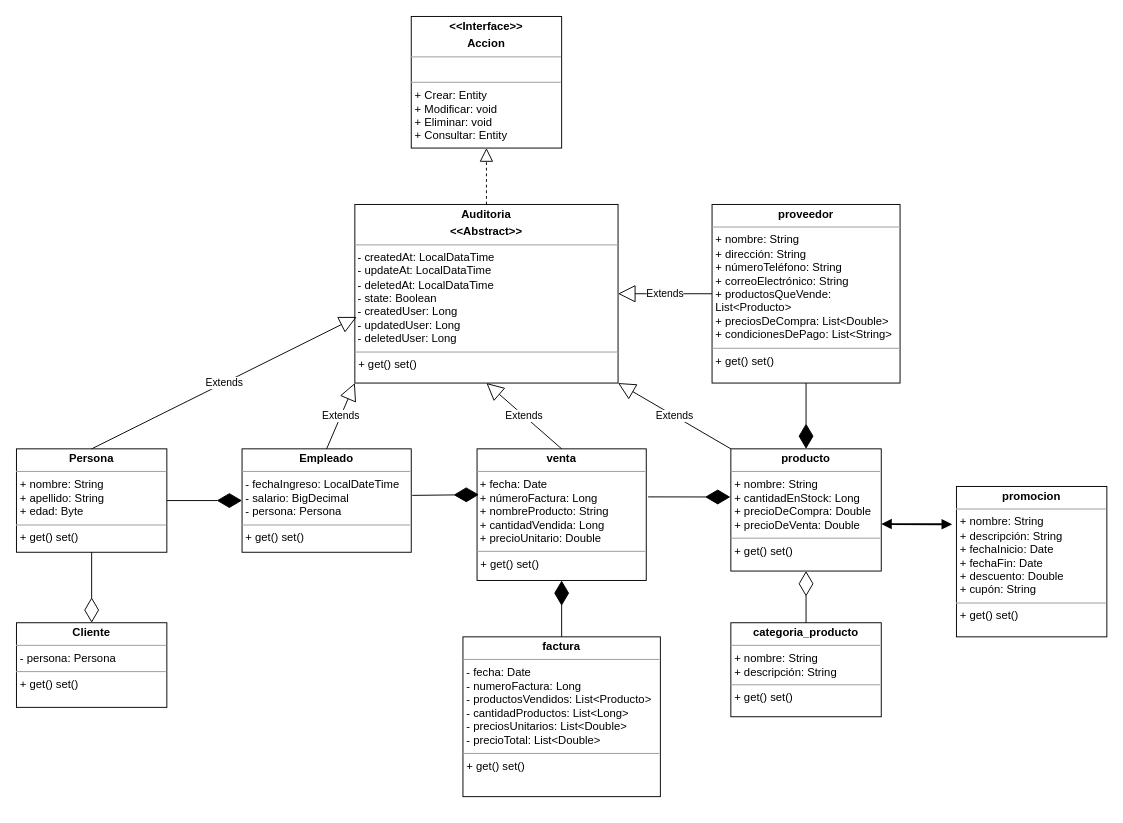
Earlier version of the draw.io diagram 4.Diagramas/Diagrama de Clases/Diagrama de clases - Proyecto.drawio (JJ0ta19/ProyectoAnalisisDeSistemas). Source tidied: cells renumbered, new cells numbered last; positions are measured from the earlier drawing's top-left corner, leaving out a move shared by most shapes. Both pictures are drawn from the tidied source at 94%, with x=0, y=0 at pixel (16, 16).
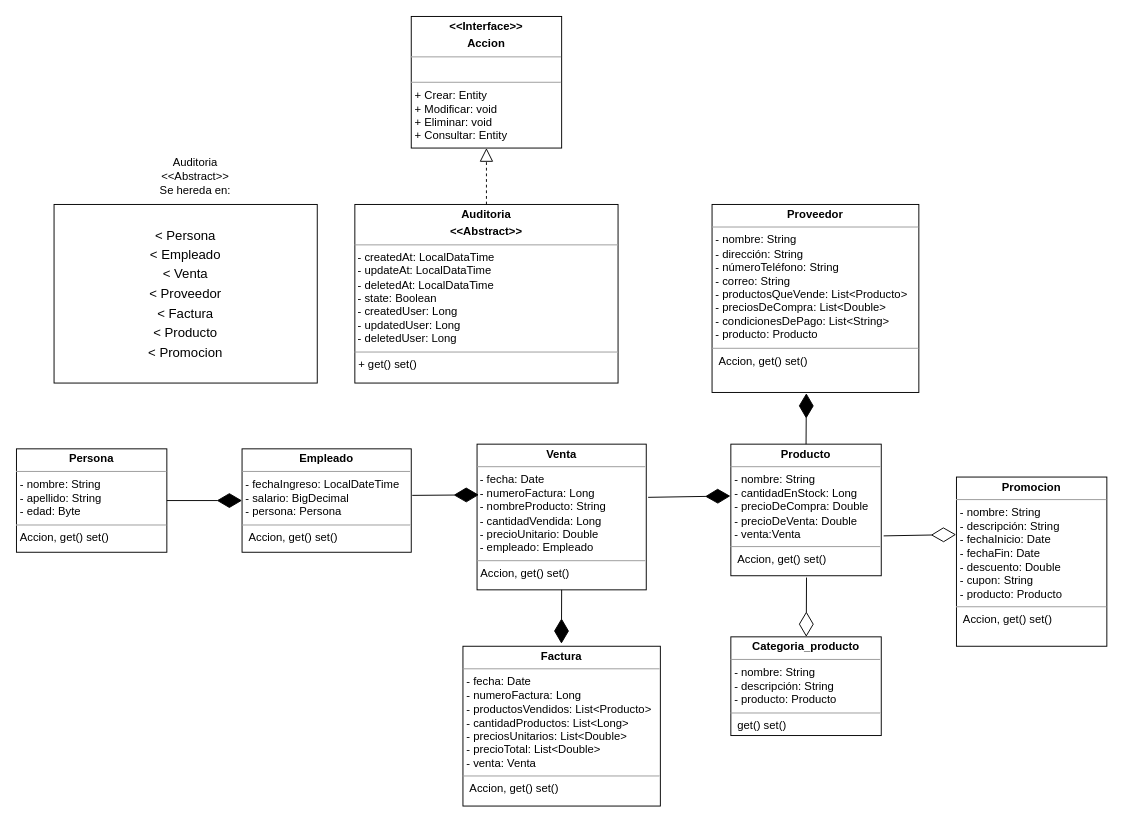
After the change.

Unchanged cells that the change refers to:
```xml
<mxCell id="11" value="&lt;p style=&quot;margin:0px;margin-top:4px;text-align:center;&quot;&gt;&lt;b&gt;Auditoria&lt;/b&gt;&lt;/p&gt;&lt;p style=&quot;margin:0px;margin-top:4px;text-align:center;&quot;&gt;&lt;b&gt;&amp;lt;&amp;lt;Abstract&amp;gt;&amp;gt;&lt;/b&gt;&lt;/p&gt;&lt;hr size=&quot;1&quot;&gt;&lt;p style=&quot;margin:0px;margin-left:4px;&quot;&gt;&lt;/p&gt;&amp;nbsp;- createdAt: LocalDataTime&lt;br&gt;&amp;nbsp;- updateAt: LocalDataTime&lt;br&gt;&amp;nbsp;- deletedAt: LocalDataTime&lt;br&gt;&amp;nbsp;- state: Boolean&lt;br&gt;&amp;nbsp;- createdUser: Long&lt;br&gt;&amp;nbsp;- updatedUser: Long&lt;br&gt;&amp;nbsp;- deletedUser: Long&lt;hr size=&quot;1&quot;&gt;&lt;p style=&quot;margin:0px;margin-left:4px;&quot;&gt;+ get() set()&lt;br&gt;&lt;/p&gt;" style="verticalAlign=top;align=left;overflow=fill;fontSize=12;fontFamily=Helvetica;html=1;whiteSpace=wrap;" parent="1" vertex="1">
  <mxGeometry x="360" y="200" width="280" height="190" as="geometry" />
</mxCell>
```

Diff of the diagram source:
```diff
@@
-    <mxCell id="2" value="&lt;p style=&quot;margin:0px;margin-top:4px;text-align:center;&quot;&gt;&lt;b&gt;factura&lt;/b&gt;&lt;/p&gt;&lt;hr size=&quot;1&quot;&gt;&lt;p style=&quot;margin:0px;margin-left:4px;&quot;&gt;- fecha: Date&lt;br&gt;- numeroFactura: Long&lt;br&gt;- productosVendidos: List&amp;lt;Producto&amp;gt;&lt;br&gt;- cantidadProductos: List&amp;lt;Long&amp;gt;&lt;br&gt;- preciosUnitarios: List&amp;lt;Double&amp;gt;&lt;br&gt;- precioTotal: List&amp;lt;Double&amp;gt;&lt;br&gt;&lt;/p&gt;&lt;hr size=&quot;1&quot;&gt;&lt;p style=&quot;margin:0px;margin-left:4px;&quot;&gt;+ get() set()&lt;/p&gt;" style="verticalAlign=top;align=left;overflow=fill;fontSize=12;fontFamily=Helvetica;html=1;whiteSpace=wrap;" parent="1" vertex="1">
-      <mxGeometry x="475" y="660" width="210" height="170" as="geometry" />
+    <mxCell id="2" value="&lt;p style=&quot;margin:0px;margin-top:4px;text-align:center;&quot;&gt;&lt;b&gt;Factura&lt;/b&gt;&lt;/p&gt;&lt;hr size=&quot;1&quot;&gt;&lt;p style=&quot;margin:0px;margin-left:4px;&quot;&gt;- fecha: Date&lt;br&gt;- numeroFactura: Long&lt;br&gt;- productosVendidos: List&amp;lt;Producto&amp;gt;&lt;br&gt;- cantidadProductos: List&amp;lt;Long&amp;gt;&lt;br&gt;- preciosUnitarios: List&amp;lt;Double&amp;gt;&lt;br&gt;- precioTotal: List&amp;lt;Double&amp;gt;&lt;br&gt;&lt;/p&gt;&lt;p style=&quot;margin:0px;margin-left:4px;&quot;&gt;- venta: Venta&lt;/p&gt;&lt;hr size=&quot;1&quot;&gt;&lt;p style=&quot;margin:0px;margin-left:4px;&quot;&gt;&amp;nbsp;Accion, get() set()&lt;br&gt;&lt;/p&gt;" style="verticalAlign=top;align=left;overflow=fill;fontSize=12;fontFamily=Helvetica;html=1;whiteSpace=wrap;" parent="1" vertex="1">
+      <mxGeometry x="475" y="670" width="210" height="170" as="geometry" />
     </mxCell>
-    <mxCell id="3" value="&lt;p style=&quot;margin:0px;margin-top:4px;text-align:center;&quot;&gt;&lt;b&gt;producto&lt;/b&gt;&lt;/p&gt;&lt;hr size=&quot;1&quot;&gt;&lt;p style=&quot;margin:0px;margin-left:4px;&quot;&gt;+ nombre: String&lt;br&gt;    + cantidadEnStock: Long&lt;br&gt;    + precioDeCompra: Double&lt;br&gt;    + precioDeVenta: Double&lt;br&gt;&lt;/p&gt;&lt;hr size=&quot;1&quot;&gt;&lt;p style=&quot;margin:0px;margin-left:4px;&quot;&gt;+ get() set()&lt;br&gt;&lt;/p&gt;" style="verticalAlign=top;align=left;overflow=fill;fontSize=12;fontFamily=Helvetica;html=1;whiteSpace=wrap;" parent="1" vertex="1">
-      <mxGeometry x="760" y="460" width="160" height="130" as="geometry" />
+    <mxCell id="3" value="&lt;p style=&quot;margin:0px;margin-top:4px;text-align:center;&quot;&gt;&lt;b&gt;Producto&lt;/b&gt;&lt;/p&gt;&lt;hr size=&quot;1&quot;&gt;&lt;p style=&quot;margin:0px;margin-left:4px;&quot;&gt;- nombre: String&lt;br&gt;- cantidadEnStock: Long&lt;br&gt;- precioDeCompra: Double&lt;br&gt;- precioDeVenta: Double&lt;br&gt;&lt;/p&gt;&lt;p style=&quot;margin:0px;margin-left:4px;&quot;&gt;- venta:Venta&lt;/p&gt;&lt;hr size=&quot;1&quot;&gt;&lt;p style=&quot;margin:0px;margin-left:4px;&quot;&gt;&amp;nbsp;Accion, get() set()&lt;br&gt;&lt;/p&gt;" style="verticalAlign=top;align=left;overflow=fill;fontSize=12;fontFamily=Helvetica;html=1;whiteSpace=wrap;" parent="1" vertex="1">
+      <mxGeometry x="760" y="455" width="160" height="140" as="geometry" />
     </mxCell>
-    <mxCell id="4" value="&lt;p style=&quot;margin:0px;margin-top:4px;text-align:center;&quot;&gt;&lt;b&gt;venta&lt;/b&gt;&lt;/p&gt;&lt;hr size=&quot;1&quot;&gt;&lt;p style=&quot;margin:0px;margin-left:4px;&quot;&gt;&lt;/p&gt;&amp;nbsp;+ fecha: Date&lt;br&gt;&amp;nbsp;+ númeroFactura: Long&lt;br&gt;&amp;nbsp;+ nombreProducto: String&lt;br&gt;&amp;nbsp;+ cantidadVendida: Long&lt;br&gt;&amp;nbsp;+ precioUnitario: Double&lt;hr size=&quot;1&quot;&gt;&lt;p style=&quot;margin:0px;margin-left:4px;&quot;&gt;+ get() set()&lt;br&gt;&lt;/p&gt;" style="verticalAlign=top;align=left;overflow=fill;fontSize=12;fontFamily=Helvetica;html=1;whiteSpace=wrap;" parent="1" vertex="1">
-      <mxGeometry x="490" y="460" width="180" height="140" as="geometry" />
+    <mxCell id="4" value="&lt;p style=&quot;margin:0px;margin-top:4px;text-align:center;&quot;&gt;&lt;b&gt;Venta&lt;/b&gt;&lt;/p&gt;&lt;hr size=&quot;1&quot;&gt;&lt;p style=&quot;margin:0px;margin-left:4px;&quot;&gt;&lt;/p&gt;&amp;nbsp;- fecha: Date&lt;br&gt;&amp;nbsp;- numeroFactura: Long&lt;br&gt;&amp;nbsp;- nombreProducto: String&lt;br&gt;&amp;nbsp;- cantidadVendida: Long&lt;br&gt;&amp;nbsp;- precioUnitario: Double&lt;br&gt;&amp;nbsp;- empleado: Empleado&lt;br&gt;&lt;hr size=&quot;1&quot;&gt;&lt;p style=&quot;margin:0px;margin-left:4px;&quot;&gt;Accion, get() set()&lt;br&gt;&lt;/p&gt;" style="verticalAlign=top;align=left;overflow=fill;fontSize=12;fontFamily=Helvetica;html=1;whiteSpace=wrap;" parent="1" vertex="1">
+      <mxGeometry x="490" y="455" width="180" height="155" as="geometry" />
     </mxCell>
-    <mxCell id="5" value="&lt;p style=&quot;margin:0px;margin-top:4px;text-align:center;&quot;&gt;&lt;b&gt;proveedor&lt;/b&gt;&lt;/p&gt;&lt;hr size=&quot;1&quot;&gt;&lt;p style=&quot;margin:0px;margin-left:4px;&quot;&gt;&lt;span style=&quot;background-color: initial;&quot;&gt;+ nombre: String&lt;br&gt;    + dirección: String&lt;br&gt;    + númeroTeléfono: String&lt;br&gt;    + correoElectrónico: String&lt;br&gt;    + productosQueVende: List&amp;lt;Producto&amp;gt;&lt;br&gt;    + preciosDeCompra: List&amp;lt;Double&amp;gt;&lt;br&gt;    + condicionesDePago: List&amp;lt;String&amp;gt;&lt;/span&gt;&lt;/p&gt;&lt;hr size=&quot;1&quot;&gt;&lt;p style=&quot;margin:0px;margin-left:4px;&quot;&gt;+ get() set()&lt;br&gt;&lt;/p&gt;" style="verticalAlign=top;align=left;overflow=fill;fontSize=12;fontFamily=Helvetica;html=1;whiteSpace=wrap;" parent="1" vertex="1">
-      <mxGeometry x="740" y="200" width="200" height="190" as="geometry" />
+    <mxCell id="5" value="&lt;p style=&quot;margin:0px;margin-top:4px;text-align:center;&quot;&gt;&lt;b&gt;Proveedor&lt;/b&gt;&lt;/p&gt;&lt;hr size=&quot;1&quot;&gt;&lt;p style=&quot;margin:0px;margin-left:4px;&quot;&gt;&lt;span style=&quot;background-color: initial;&quot;&gt;- nombre: String&lt;br&gt;- dirección: String&lt;br&gt;- númeroTeléfono: String&lt;br&gt;- correo: String&lt;br&gt;- productosQueVende: List&amp;lt;Producto&amp;gt;&lt;br&gt;- preciosDeCompra: List&amp;lt;Double&amp;gt;&lt;br&gt;- condicionesDePago: List&amp;lt;String&amp;gt;&lt;/span&gt;&lt;/p&gt;&lt;p style=&quot;margin:0px;margin-left:4px;&quot;&gt;&lt;span style=&quot;background-color: initial;&quot;&gt;- producto: Producto&lt;/span&gt;&lt;/p&gt;&lt;hr size=&quot;1&quot;&gt;&lt;p style=&quot;margin:0px;margin-left:4px;&quot;&gt;&amp;nbsp;Accion, get() set()&lt;br&gt;&lt;/p&gt;" style="verticalAlign=top;align=left;overflow=fill;fontSize=12;fontFamily=Helvetica;html=1;whiteSpace=wrap;" parent="1" vertex="1">
+      <mxGeometry x="740" y="200" width="220" height="200" as="geometry" />
     </mxCell>
-    <mxCell id="6" value="&lt;p style=&quot;margin:0px;margin-top:4px;text-align:center;&quot;&gt;&lt;b&gt;categoria_producto&lt;/b&gt;&lt;/p&gt;&lt;hr size=&quot;1&quot;&gt;&lt;p style=&quot;margin:0px;margin-left:4px;&quot;&gt;&lt;span style=&quot;background-color: initial;&quot;&gt;+ nombre: String&lt;br&gt;    + descripción: String&lt;/span&gt;&lt;/p&gt;&lt;hr size=&quot;1&quot;&gt;&lt;p style=&quot;margin:0px;margin-left:4px;&quot;&gt;+ get() set()&lt;br&gt;&lt;/p&gt;" style="verticalAlign=top;align=left;overflow=fill;fontSize=12;fontFamily=Helvetica;html=1;whiteSpace=wrap;" parent="1" vertex="1">
-      <mxGeometry x="760" y="645" width="160" height="100" as="geometry" />
+    <mxCell id="6" value="&lt;p style=&quot;margin:0px;margin-top:4px;text-align:center;&quot;&gt;&lt;b&gt;Categoria_producto&lt;/b&gt;&lt;/p&gt;&lt;hr size=&quot;1&quot;&gt;&lt;p style=&quot;margin:0px;margin-left:4px;&quot;&gt;&lt;span style=&quot;background-color: initial;&quot;&gt;- nombre: String&lt;br&gt;- descripción: String&lt;/span&gt;&lt;/p&gt;&lt;p style=&quot;margin:0px;margin-left:4px;&quot;&gt;- producto: Producto&lt;/p&gt;&lt;hr size=&quot;1&quot;&gt;&lt;p style=&quot;margin:0px;margin-left:4px;&quot;&gt;&amp;nbsp;get() set()&lt;br&gt;&lt;/p&gt;" style="verticalAlign=top;align=left;overflow=fill;fontSize=12;fontFamily=Helvetica;html=1;whiteSpace=wrap;" parent="1" vertex="1">
+      <mxGeometry x="760" y="660" width="160" height="105" as="geometry" />
     </mxCell>
-    <mxCell id="7" value="&lt;p style=&quot;margin:0px;margin-top:4px;text-align:center;&quot;&gt;&lt;b&gt;promocion&lt;/b&gt;&lt;/p&gt;&lt;hr size=&quot;1&quot;&gt;&lt;p style=&quot;margin:0px;margin-left:4px;&quot;&gt;&lt;span style=&quot;background-color: initial;&quot;&gt;+ nombre: String&lt;/span&gt;&lt;br&gt;&lt;/p&gt;&lt;p style=&quot;margin:0px;margin-left:4px;&quot;&gt;    + descripción: String&lt;br&gt;    + fechaInicio: Date&lt;br&gt;    + fechaFin: Date&lt;br&gt;    + descuento: Double&lt;br&gt;    + cupón: String&lt;br&gt;&lt;/p&gt;&lt;hr size=&quot;1&quot;&gt;&lt;p style=&quot;margin:0px;margin-left:4px;&quot;&gt;+ get() set()&lt;br&gt;&lt;/p&gt;" style="verticalAlign=top;align=left;overflow=fill;fontSize=12;fontFamily=Helvetica;html=1;whiteSpace=wrap;" parent="1" vertex="1">
-      <mxGeometry x="1000" y="500" width="160" height="160" as="geometry" />
+    <mxCell id="7" value="&lt;p style=&quot;margin:0px;margin-top:4px;text-align:center;&quot;&gt;&lt;b&gt;Promocion&lt;/b&gt;&lt;/p&gt;&lt;hr size=&quot;1&quot;&gt;&lt;p style=&quot;margin:0px;margin-left:4px;&quot;&gt;&lt;span style=&quot;background-color: initial;&quot;&gt;- nombre: String&lt;/span&gt;&lt;br&gt;&lt;/p&gt;&lt;p style=&quot;margin:0px;margin-left:4px;&quot;&gt;- descripción: String&lt;br&gt;- fechaInicio: Date&lt;br&gt;- fechaFin: Date&lt;br&gt;- descuento: Double&lt;br&gt;- cupon: String&lt;br&gt;&lt;/p&gt;&lt;p style=&quot;margin:0px;margin-left:4px;&quot;&gt;- producto: Producto&lt;/p&gt;&lt;hr size=&quot;1&quot;&gt;&lt;p style=&quot;margin:0px;margin-left:4px;&quot;&gt;&amp;nbsp;Accion, get() set()&lt;br&gt;&lt;/p&gt;" style="verticalAlign=top;align=left;overflow=fill;fontSize=12;fontFamily=Helvetica;html=1;whiteSpace=wrap;" parent="1" vertex="1">
+      <mxGeometry x="1000" y="490" width="160" height="180" as="geometry" />
     </mxCell>
-    <mxCell id="8" value="&lt;p style=&quot;margin:0px;margin-top:4px;text-align:center;&quot;&gt;&lt;b&gt;Cliente&lt;/b&gt;&lt;/p&gt;&lt;hr size=&quot;1&quot;&gt;&lt;p style=&quot;margin:0px;margin-left:4px;&quot;&gt;- persona: Persona&lt;/p&gt;&lt;hr size=&quot;1&quot;&gt;&lt;p style=&quot;margin:0px;margin-left:4px;&quot;&gt;+ get() set()&lt;br&gt;&lt;/p&gt;" style="verticalAlign=top;align=left;overflow=fill;fontSize=12;fontFamily=Helvetica;html=1;whiteSpace=wrap;" parent="1" vertex="1">
-      <mxGeometry y="645" width="160" height="90" as="geometry" />
-    </mxCell>
-    <mxCell id="9" style="endArrow=diamondThin;endFill=1;endSize=24;html=1;rounded=0;entryX=0.5;entryY=0;entryDx=0;entryDy=0;exitX=0.5;exitY=1;exitDx=0;exitDy=0;" parent="1" edge="1" source="5" target="3">
+    <mxCell id="9" style="endArrow=diamondThin;endFill=1;endSize=24;html=1;rounded=0;entryX=0.456;entryY=1.004;entryDx=0;entryDy=0;exitX=0.5;exitY=0;exitDx=0;exitDy=0;entryPerimeter=0;" parent="1" edge="1" source="3" target="5">
       <mxGeometry relative="1" as="geometry" />
     </mxCell>
-    <mxCell id="10" style="endArrow=block;startArrow=block;endFill=1;startFill=1;html=1;rounded=0;entryX=-0.029;entryY=0.252;entryDx=0;entryDy=0;entryPerimeter=0;strokeWidth=2;" parent="1" edge="1" target="7">
-      <mxGeometry relative="1" as="geometry">
-        <mxPoint x="920" y="540" as="sourcePoint" />
-      </mxGeometry>
-    </mxCell>
@@
-    <mxCell id="13" value="&lt;p style=&quot;margin:0px;margin-top:4px;text-align:center;&quot;&gt;&lt;b&gt;Empleado&lt;/b&gt;&lt;/p&gt;&lt;hr size=&quot;1&quot;&gt;&lt;p style=&quot;margin:0px;margin-left:4px;&quot;&gt;- fechaIngreso: LocalDateTime&lt;br style=&quot;border-color: var(--border-color);&quot;&gt;- salario: BigDecimal&lt;br style=&quot;border-color: var(--border-color);&quot;&gt;- persona: Persona&lt;br&gt;&lt;/p&gt;&lt;hr size=&quot;1&quot;&gt;&lt;p style=&quot;margin:0px;margin-left:4px;&quot;&gt;+ get() set()&lt;br&gt;&lt;/p&gt;" style="verticalAlign=top;align=left;overflow=fill;fontSize=12;fontFamily=Helvetica;html=1;whiteSpace=wrap;" parent="1" vertex="1">
+    <mxCell id="13" value="&lt;p style=&quot;margin:0px;margin-top:4px;text-align:center;&quot;&gt;&lt;b&gt;Empleado&lt;/b&gt;&lt;/p&gt;&lt;hr size=&quot;1&quot;&gt;&lt;p style=&quot;margin:0px;margin-left:4px;&quot;&gt;- fechaIngreso: LocalDateTime&lt;br style=&quot;border-color: var(--border-color);&quot;&gt;- salario: BigDecimal&lt;br style=&quot;border-color: var(--border-color);&quot;&gt;- persona: Persona&lt;br&gt;&lt;/p&gt;&lt;hr size=&quot;1&quot;&gt;&lt;p style=&quot;margin:0px;margin-left:4px;&quot;&gt;&amp;nbsp;Accion, get() set()&lt;br&gt;&lt;/p&gt;" style="verticalAlign=top;align=left;overflow=fill;fontSize=12;fontFamily=Helvetica;html=1;whiteSpace=wrap;" parent="1" vertex="1">
       <mxGeometry x="240" y="460" width="180" height="110" as="geometry" />
     </mxCell>
-    <mxCell id="14" value="&lt;p style=&quot;margin:0px;margin-top:4px;text-align:center;&quot;&gt;&lt;b&gt;Persona&lt;/b&gt;&lt;/p&gt;&lt;hr size=&quot;1&quot;&gt;&lt;p style=&quot;margin:0px;margin-left:4px;&quot;&gt;+ nombre: String&lt;br&gt;+ apellido: String&lt;br style=&quot;border-color: var(--border-color);&quot;&gt;+ edad: Byte&lt;br&gt;&lt;/p&gt;&lt;hr size=&quot;1&quot;&gt;&lt;p style=&quot;margin:0px;margin-left:4px;&quot;&gt;+ get() set()&lt;br&gt;&lt;/p&gt;" style="verticalAlign=top;align=left;overflow=fill;fontSize=12;fontFamily=Helvetica;html=1;whiteSpace=wrap;" parent="1" vertex="1">
+    <mxCell id="14" value="&lt;p style=&quot;margin:0px;margin-top:4px;text-align:center;&quot;&gt;&lt;b&gt;Persona&lt;/b&gt;&lt;/p&gt;&lt;hr size=&quot;1&quot;&gt;&lt;p style=&quot;margin:0px;margin-left:4px;&quot;&gt;- nombre: String&lt;br&gt;- apellido: String&lt;br style=&quot;border-color: var(--border-color);&quot;&gt;- edad: Byte&lt;br&gt;&lt;/p&gt;&lt;hr size=&quot;1&quot;&gt;&lt;p style=&quot;margin:0px;margin-left:4px;&quot;&gt;Accion, get() set()&lt;br&gt;&lt;/p&gt;" style="verticalAlign=top;align=left;overflow=fill;fontSize=12;fontFamily=Helvetica;html=1;whiteSpace=wrap;" parent="1" vertex="1">
       <mxGeometry y="460" width="160" height="110" as="geometry" />
     </mxCell>
-    <mxCell id="15" style="endArrow=diamondThin;endFill=0;endSize=24;html=1;rounded=0;exitX=0.5;exitY=1;exitDx=0;exitDy=0;entryX=0.5;entryY=0;entryDx=0;entryDy=0;" parent="1" edge="1" source="14" target="8">
-      <mxGeometry relative="1" as="geometry" />
-    </mxCell>
@@
-    <mxCell id="19" value="Extends" style="endArrow=block;endSize=16;endFill=0;html=1;rounded=0;entryX=0.007;entryY=0.63;entryDx=0;entryDy=0;exitX=0.5;exitY=0;exitDx=0;exitDy=0;entryPerimeter=0;" parent="1" edge="1" source="14" target="11">
-      <mxGeometry relative="1" as="geometry" />
-    </mxCell>
-    <mxCell id="20" value="Extends" style="endArrow=block;endSize=16;endFill=0;html=1;rounded=0;exitX=0.5;exitY=0;exitDx=0;exitDy=0;entryX=0;entryY=1;entryDx=0;entryDy=0;" parent="1" edge="1" source="13" target="11">
-      <mxGeometry relative="1" as="geometry" />
-    </mxCell>
-    <mxCell id="21" value="Extends" style="endArrow=block;endSize=16;endFill=0;html=1;rounded=0;exitX=0.5;exitY=0;exitDx=0;exitDy=0;entryX=0.5;entryY=1;entryDx=0;entryDy=0;" parent="1" edge="1" source="4" target="11">
-      <mxGeometry relative="1" as="geometry" />
-    </mxCell>
-    <mxCell id="22" value="Extends" style="endArrow=block;endSize=16;endFill=0;html=1;rounded=0;exitX=0;exitY=0;exitDx=0;exitDy=0;entryX=1;entryY=1;entryDx=0;entryDy=0;" parent="1" edge="1" source="3" target="11">
-      <mxGeometry relative="1" as="geometry" />
-    </mxCell>
-    <mxCell id="23" value="Extends" style="endArrow=block;endSize=16;endFill=0;html=1;rounded=0;exitX=0;exitY=0.5;exitDx=0;exitDy=0;entryX=1;entryY=0.5;entryDx=0;entryDy=0;" parent="1" edge="1" source="5" target="11">
-      <mxGeometry relative="1" as="geometry" />
-    </mxCell>
@@
-    <mxCell id="25" style="endArrow=diamondThin;endFill=0;endSize=24;html=1;rounded=0;exitX=0.5;exitY=0;exitDx=0;exitDy=0;entryX=0.5;entryY=1;entryDx=0;entryDy=0;" parent="1" edge="1" source="6" target="3">
+    <mxCell id="25" style="endArrow=diamondThin;endFill=0;endSize=24;html=1;rounded=0;exitX=0.503;exitY=1.014;exitDx=0;exitDy=0;exitPerimeter=0;" parent="1" edge="1" source="3" target="6">
       <mxGeometry relative="1" as="geometry" />
     </mxCell>
-    <mxCell id="26" style="endArrow=diamondThin;endFill=1;endSize=24;html=1;rounded=0;entryX=0.5;entryY=1;entryDx=0;entryDy=0;exitX=0.5;exitY=0;exitDx=0;exitDy=0;" parent="1" edge="1" source="2" target="4">
+    <mxCell id="26" style="endArrow=diamondThin;endFill=1;endSize=24;html=1;rounded=0;entryX=0.499;entryY=-0.016;entryDx=0;entryDy=0;exitX=0.5;exitY=1;exitDx=0;exitDy=0;entryPerimeter=0;" parent="1" edge="1" source="4" target="2">
       <mxGeometry relative="1" as="geometry" />
     </mxCell>
+    <mxCell id="27" style="endArrow=diamondThin;endFill=0;endSize=24;html=1;rounded=0;exitX=1.016;exitY=0.697;exitDx=0;exitDy=0;entryX=-0.002;entryY=0.34;entryDx=0;entryDy=0;entryPerimeter=0;exitPerimeter=0;" parent="1" edge="1" source="3" target="7">
+      <mxGeometry relative="1" as="geometry" />
+    </mxCell>
+    <mxCell id="28" value="&lt;p style=&quot;margin: 4px 0px 0px; font-size: 14px;&quot;&gt;&lt;font style=&quot;font-size: 14px;&quot;&gt;&lt;br&gt;&lt;/font&gt;&lt;/p&gt;&lt;p style=&quot;margin: 4px 0px 0px; font-size: 14px;&quot;&gt;&lt;font style=&quot;font-size: 14px;&quot;&gt;&amp;lt; Persona&lt;/font&gt;&lt;/p&gt;&lt;p style=&quot;margin: 4px 0px 0px; font-size: 14px;&quot;&gt;&lt;font style=&quot;font-size: 14px;&quot;&gt;&amp;lt; Empleado&lt;/font&gt;&lt;/p&gt;&lt;p style=&quot;margin: 4px 0px 0px; font-size: 14px;&quot;&gt;&lt;font style=&quot;font-size: 14px;&quot;&gt;&amp;lt; Venta&lt;/font&gt;&lt;/p&gt;&lt;p style=&quot;margin: 4px 0px 0px; font-size: 14px;&quot;&gt;&lt;font style=&quot;font-size: 14px;&quot;&gt;&amp;lt; Proveedor&lt;/font&gt;&lt;/p&gt;&lt;p style=&quot;margin: 4px 0px 0px; font-size: 14px;&quot;&gt;&lt;font style=&quot;font-size: 14px;&quot;&gt;&amp;lt; Factura&lt;/font&gt;&lt;/p&gt;&lt;p style=&quot;margin: 4px 0px 0px; font-size: 14px;&quot;&gt;&lt;font style=&quot;font-size: 14px;&quot;&gt;&amp;lt; Producto&lt;/font&gt;&lt;/p&gt;&lt;p style=&quot;margin: 4px 0px 0px; font-size: 14px;&quot;&gt;&lt;font style=&quot;font-size: 14px;&quot;&gt;&amp;lt; Promocion&lt;/font&gt;&lt;/p&gt;" style="verticalAlign=top;align=center;overflow=fill;fontSize=12;fontFamily=Helvetica;html=1;whiteSpace=wrap;" parent="1" vertex="1">
+      <mxGeometry x="40" y="200" width="280" height="190" as="geometry" />
+    </mxCell>
+    <mxCell id="29" value="Auditoria&lt;br&gt;&amp;lt;&amp;lt;Abstract&amp;gt;&amp;gt;&lt;br&gt;Se hereda en:" style="text;html=1;align=center;verticalAlign=middle;strokeColor=none;fillColor=none;" parent="1" vertex="1">
+      <mxGeometry x="140" y="140" width="100" height="60" as="geometry" />
+    </mxCell>
```
